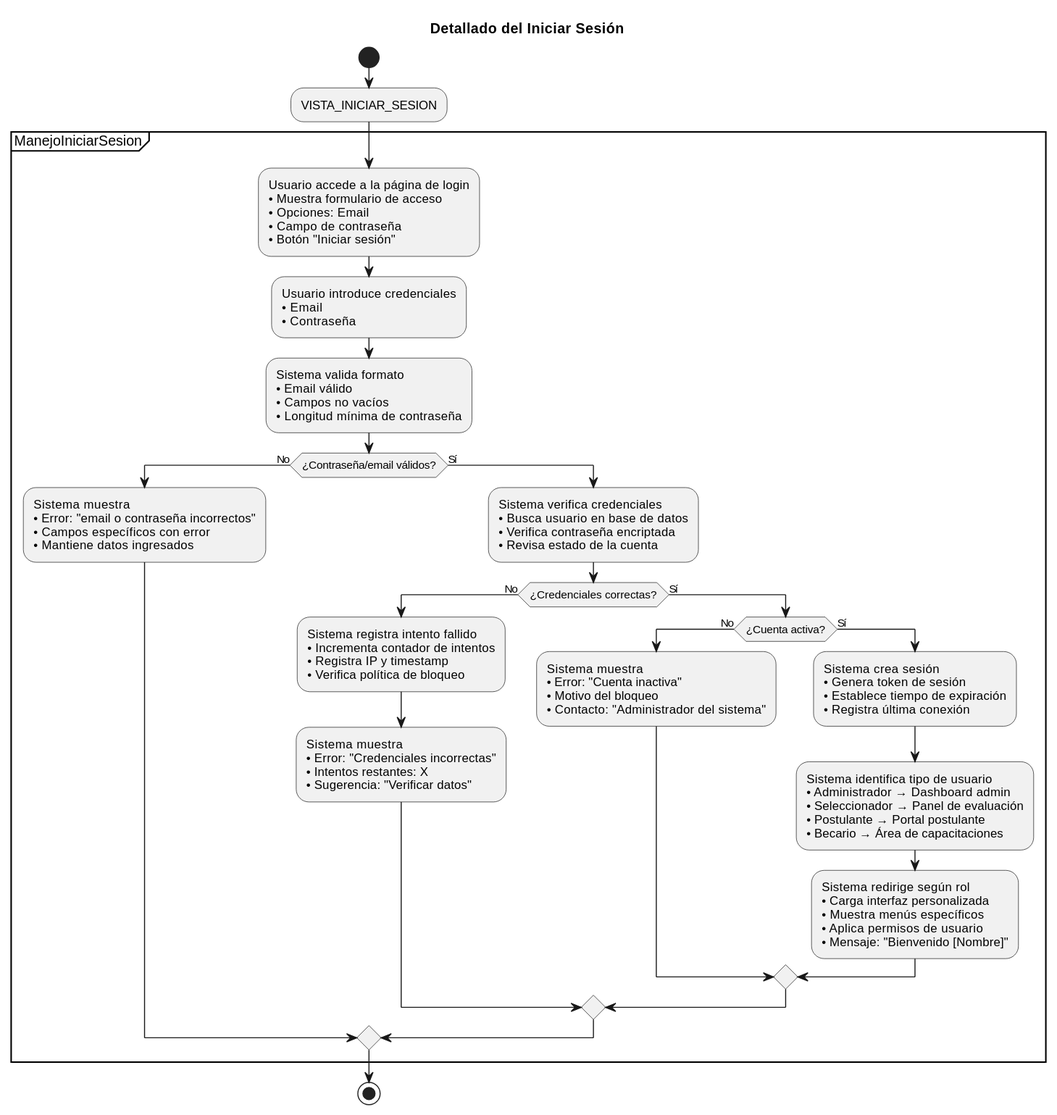
The PlantUML diagram documentos/imagenes/casos_de_uso/diagramas_casos_de_uso_detallados/iniciar_sesion.svg in Dievex/24-25-IdSw1-SDR, before a commit. The source it was exported from:
```plantuml
@startuml
title Detallado del Iniciar Sesión

start

:VISTA_INICIAR_SESION;

partition ManejoIniciarSesion {

  :Usuario accede a la página de login
  • Muestra formulario de acceso
  • Opciones: Email
  • Campo de contraseña
  • Botón "Iniciar sesión";


  :Usuario introduce credenciales
  • Email
  • Contraseña;


  :Sistema valida formato
  • Email válido
  • Campos no vacíos
  • Longitud mínima de contraseña;

  if (¿Contraseña/email válidos?) then (No)
    :Sistema muestra
    • Error: "email o contraseña incorrectos"
    • Campos específicos con error
    • Mantiene datos ingresados;

  else (Sí)
    :Sistema verifica credenciales
    • Busca usuario en base de datos
    • Verifica contraseña encriptada
    • Revisa estado de la cuenta;

    if (¿Credenciales correctas?) then (No)
      :Sistema registra intento fallido
      • Incrementa contador de intentos
      • Registra IP y timestamp
      • Verifica política de bloqueo;


      :Sistema muestra
      • Error: "Credenciales incorrectas"
      • Intentos restantes: X
      • Sugerencia: "Verificar datos";


    else (Sí)
      if (¿Cuenta activa?) then (No)
        :Sistema muestra
        • Error: "Cuenta inactiva"
        • Motivo del bloqueo
        • Contacto: "Administrador del sistema";

      else (Sí)
        :Sistema crea sesión
        • Genera token de sesión
        • Establece tiempo de expiración
        • Registra última conexión;


        :Sistema identifica tipo de usuario
        • Administrador → Dashboard admin
        • Seleccionador → Panel de evaluación
        • Postulante → Portal postulante
        • Becario → Área de capacitaciones;

        :Sistema redirige según rol
        • Carga interfaz personalizada
        • Muestra menús específicos
        • Aplica permisos de usuario
        • Mensaje: "Bienvenido [Nombre]";

      endif

    endif

  endif

}

stop
@enduml
```
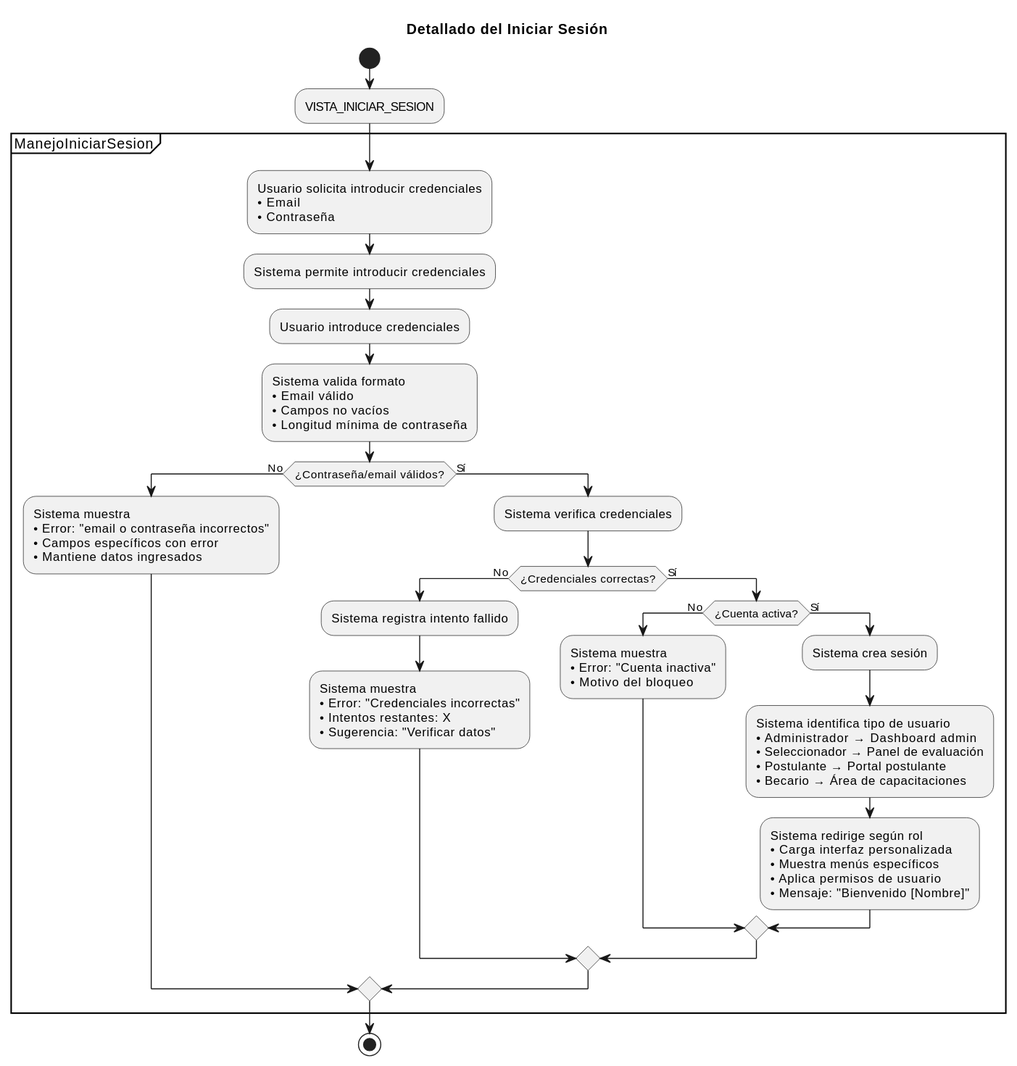
Later version of the same file.

What changed in the source:
```diff
@@ -7,17 +7,14 @@
 
 partition ManejoIniciarSesion {
 
-  :Usuario accede a la página de login
-  • Muestra formulario de acceso
-  • Opciones: Email
-  • Campo de contraseña
-  • Botón "Iniciar sesión";
 
-
-  :Usuario introduce credenciales
+  :Usuario solicita introducir credenciales
   • Email
   • Contraseña;
 
+  :Sistema permite introducir credenciales;
+
+  :Usuario introduce credenciales;
 
   :Sistema valida formato
   • Email válido
@@ -31,16 +28,10 @@
     • Mantiene datos ingresados;
 
   else (Sí)
-    :Sistema verifica credenciales
-    • Busca usuario en base de datos
-    • Verifica contraseña encriptada
-    • Revisa estado de la cuenta;
+    :Sistema verifica credenciales;
 
     if (¿Credenciales correctas?) then (No)
-      :Sistema registra intento fallido
-      • Incrementa contador de intentos
-      • Registra IP y timestamp
-      • Verifica política de bloqueo;
+      :Sistema registra intento fallido;
 
 
       :Sistema muestra
@@ -53,15 +44,10 @@
       if (¿Cuenta activa?) then (No)
         :Sistema muestra
         • Error: "Cuenta inactiva"
-        • Motivo del bloqueo
-        • Contacto: "Administrador del sistema";
+        • Motivo del bloqueo;
 
       else (Sí)
-        :Sistema crea sesión
-        • Genera token de sesión
-        • Establece tiempo de expiración
-        • Registra última conexión;
-
+        :Sistema crea sesión;
 
         :Sistema identifica tipo de usuario
         • Administrador → Dashboard admin
```
